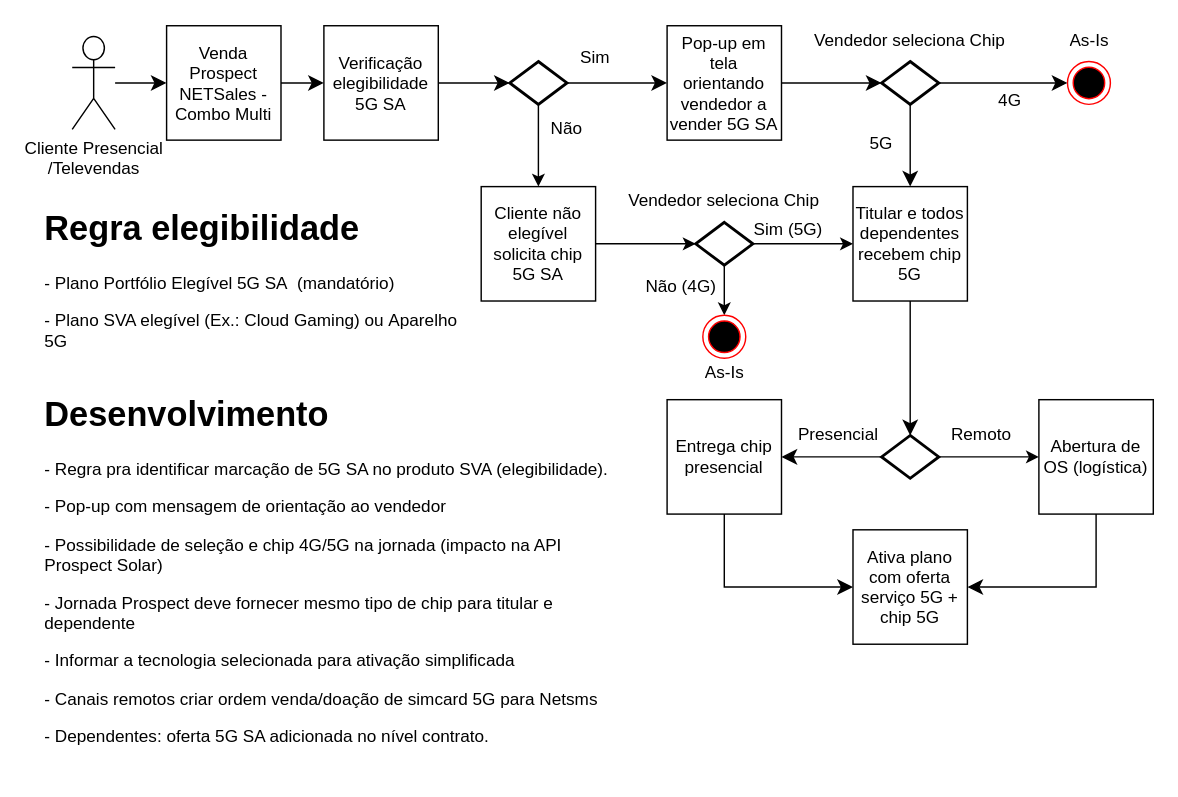
Before: page "Prospect NETSales" (1 of 2) of 5GSA.drawio in samirali/ClaroBrasil, a draw.io diagram. Source tidied: cells renumbered, new cells numbered last; positions are measured from the earlier drawing's top-left corner, leaving out a move shared by most shapes. Both pictures are drawn from the tidied source at 143%, with x=0, y=0 at pixel (37, 26).
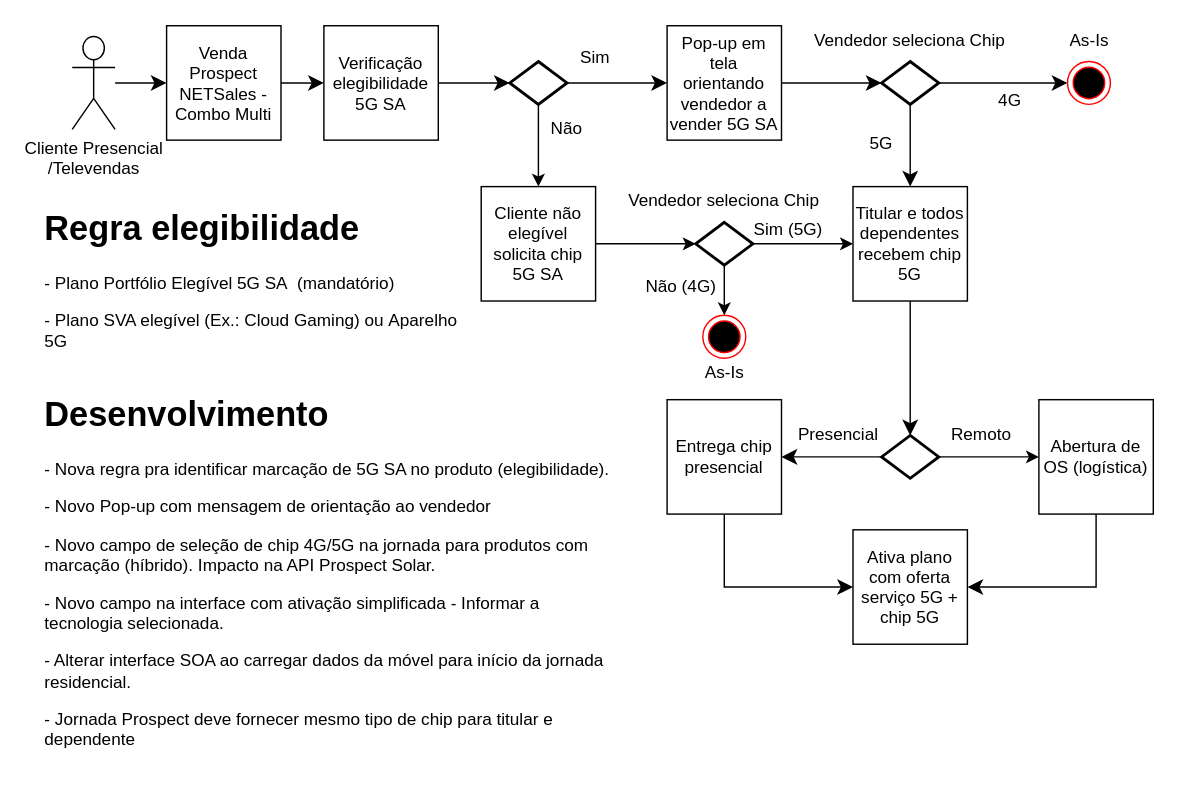
The same page after the edit.

Diff of the diagram source:
```diff
@@
-    <mxCell id="45" value="&lt;h1&gt;Desenvolvimento&lt;/h1&gt;&lt;p&gt;- Regra pra identificar marcação de 5G SA no produto SVA (elegibilidade).&lt;/p&gt;&lt;p&gt;- Pop-up com mensagem de orientação ao vendedor&lt;/p&gt;&lt;p&gt;- Possibilidade de seleção e chip 4G/5G na jornada (impacto na API Prospect Solar)&lt;/p&gt;&lt;p&gt;- Jornada Prospect deve fornecer mesmo tipo de chip para titular e dependente&lt;/p&gt;&lt;p&gt;- Informar a tecnologia selecionada para ativação simplificada&lt;/p&gt;&lt;p&gt;- Canais remotos criar ordem venda/doação de simcard 5G para Netsms&lt;/p&gt;&lt;p&gt;- Dependentes: oferta 5G SA adicionada no nível contrato.&lt;/p&gt;&lt;p&gt;&lt;br&gt;&lt;/p&gt;&lt;div&gt;&lt;br&gt;&lt;/div&gt;" style="text;html=1;strokeColor=none;fillColor=none;spacing=5;spacingTop=-20;whiteSpace=wrap;overflow=hidden;rounded=0;" parent="1" vertex="1">
-      <mxGeometry y="252" width="410" height="260" as="geometry" />
+    <mxCell id="45" value="&lt;h1&gt;Desenvolvimento&lt;/h1&gt;&lt;p&gt;- Nova regra pra identificar marcação de 5G SA no produto (elegibilidade).&lt;/p&gt;&lt;p&gt;- Novo Pop-up com mensagem de orientação ao vendedor&lt;/p&gt;&lt;p&gt;- Novo campo de seleção de chip 4G/5G na jornada para produtos com marcação (híbrido). Impacto na API Prospect Solar.&lt;/p&gt;&lt;p style=&quot;border-color: var(--border-color);&quot;&gt;- Novo campo na interface com ativação simplificada - Informar a tecnologia selecionada.&lt;/p&gt;&lt;p style=&quot;border-color: var(--border-color);&quot;&gt;- Alterar interface SOA ao carregar dados da móvel para início da jornada residencial.&lt;/p&gt;&lt;p style=&quot;border-color: var(--border-color);&quot;&gt;&lt;span style=&quot;background-color: initial;&quot;&gt;- Jornada Prospect deve fornecer mesmo tipo de chip para titular e dependente&lt;/span&gt;&lt;br&gt;&lt;/p&gt;&lt;p&gt;&lt;br&gt;&lt;/p&gt;&lt;div&gt;&lt;br&gt;&lt;/div&gt;" style="text;html=1;strokeColor=none;fillColor=none;spacing=5;spacingTop=-20;whiteSpace=wrap;overflow=hidden;rounded=0;" parent="1" vertex="1">
+      <mxGeometry y="252" width="410" height="270" as="geometry" />
     </mxCell>
```
